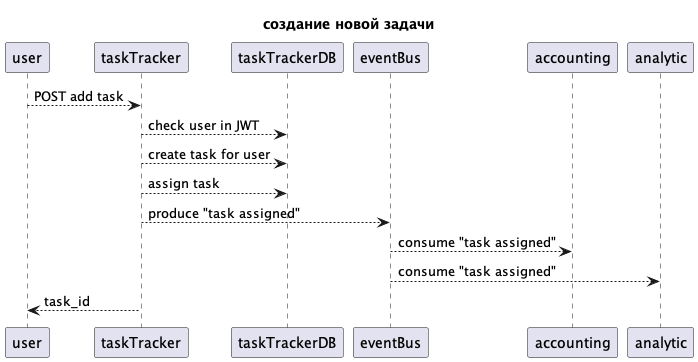
This is docs/render/new_task_flow.png from mhanygin/aTES, a PlantUML export, as it was before one commit.
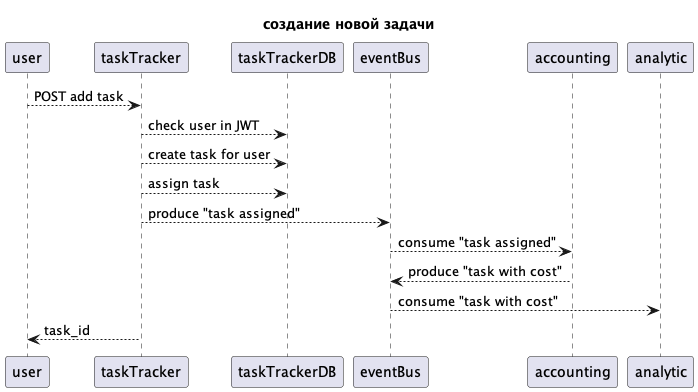
After the commit.

Change to the diagram source:
```diff
@@ -9,7 +9,8 @@
 taskTracker --> taskTrackerDB: assign task
 taskTracker --> eventBus: produce "task assigned"
 eventBus --> accounting: consume "task assigned"
-eventBus --> analytic: consume "task assigned"
+accounting --> eventBus: produce "task with cost"
+eventBus --> analytic: consume "task with cost"
 taskTracker --> user: task_id
 !endsub
 
```
